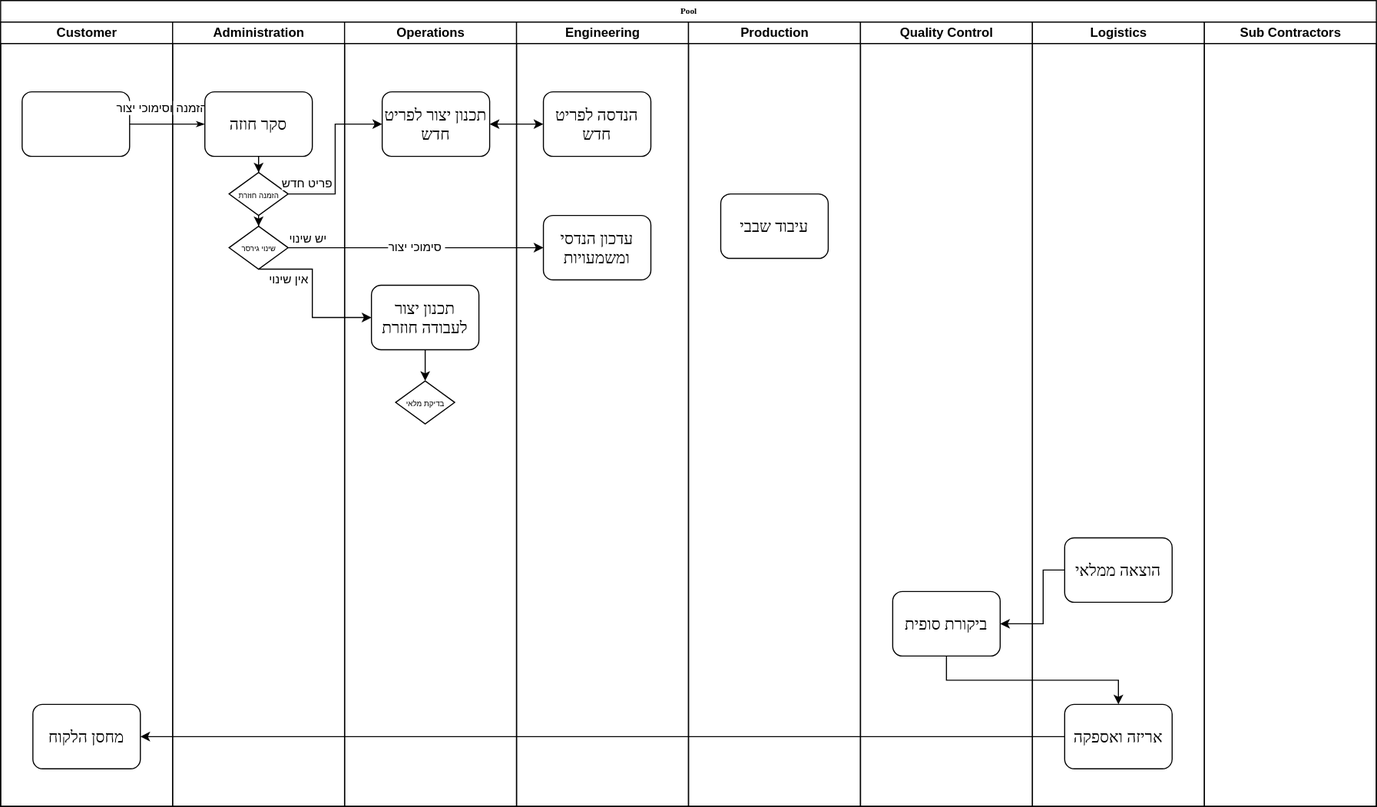
This is Multifunctional.drawio.svg from Yair-N/another-lesson-learned, a draw.io export, as it was before one commit. Source tidied: cells renumbered, new cells last; positions are measured from the earlier drawing's top-left corner, leaving out a move shared by most shapes.
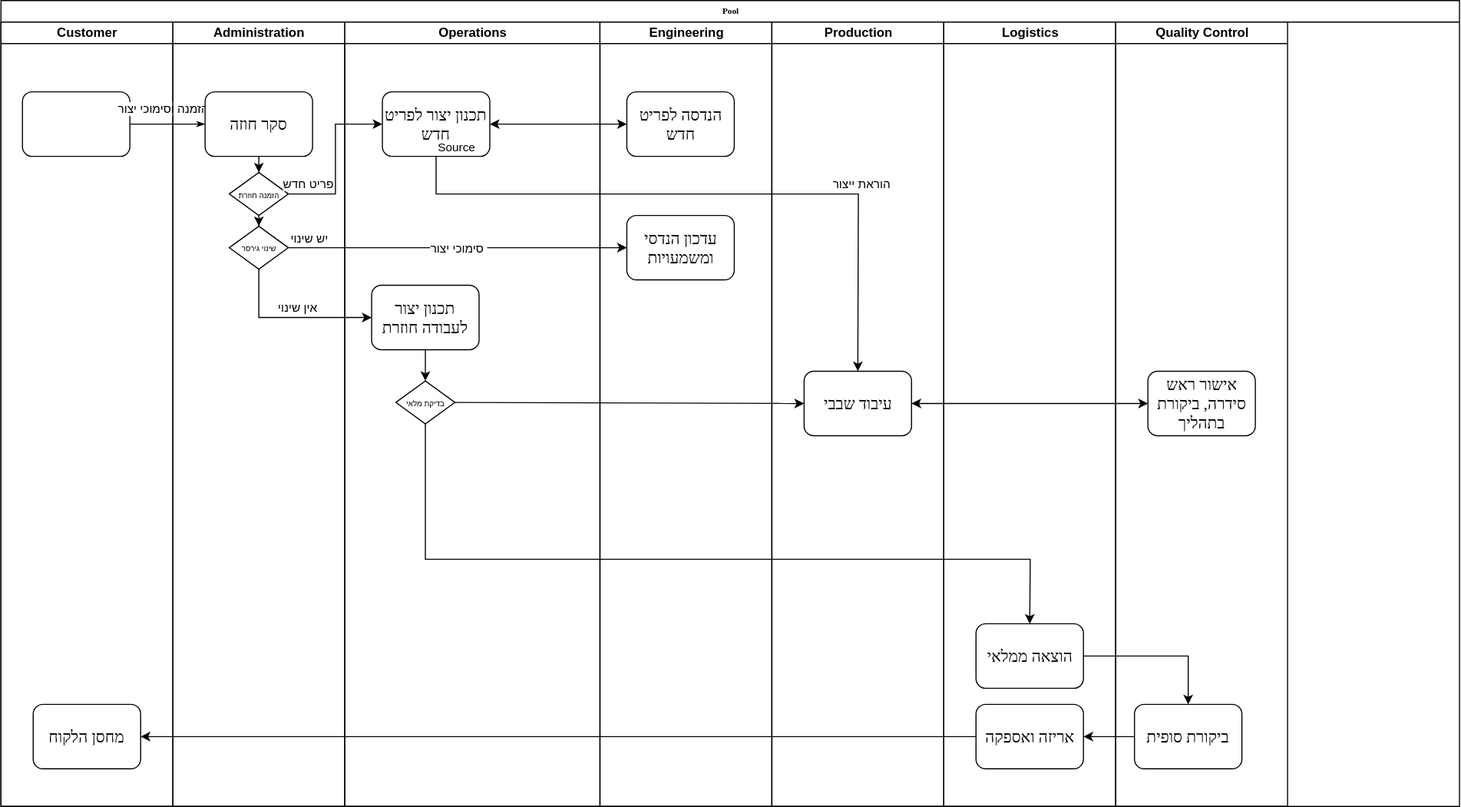
After the change.

The edit, as a diff of the source:
```diff
@@ -3,7 +3,7 @@
     <mxCell id="0" />
     <mxCell id="1" parent="0" />
     <mxCell id="2" value="Pool" style="swimlane;html=1;startSize=20;rounded=0;shadow=0;labelBackgroundColor=none;strokeWidth=1;fontFamily=Verdana;fontSize=8;align=center;" parent="1" vertex="1">
-      <mxGeometry width="1280" height="750" as="geometry" />
+      <mxGeometry width="1357.5" height="750" as="geometry" />
     </mxCell>
     <mxCell id="3" value="Customer" style="swimlane;html=1;startSize=20;" parent="2" vertex="1">
       <mxGeometry y="20" width="160" height="730" as="geometry" />
@@ -41,7 +41,7 @@
       <mxGeometry x="52.5" y="190" width="55" height="40" as="geometry" />
     </mxCell>
     <mxCell id="14" value="Operations" style="swimlane;html=1;startSize=20;" parent="2" vertex="1">
-      <mxGeometry x="320" y="20" width="160" height="730" as="geometry" />
+      <mxGeometry x="320" y="20" width="237.5" height="730" as="geometry" />
     </mxCell>
     <mxCell id="15" value="&lt;span style=&quot;font-size: 15px;&quot;&gt;תכנון יצור לפריט חדש&lt;/span&gt;" style="rounded=1;whiteSpace=wrap;html=1;shadow=0;labelBackgroundColor=none;strokeWidth=1;fontFamily=Verdana;fontSize=8;align=center;" parent="14" vertex="1">
       <mxGeometry x="35" y="65" width="100" height="60" as="geometry" />
@@ -56,7 +56,7 @@
       <mxGeometry relative="1" as="geometry" />
     </mxCell>
     <mxCell id="19" value="Engineering" style="swimlane;html=1;startSize=20;" parent="2" vertex="1">
-      <mxGeometry x="480" y="20" width="160" height="730" as="geometry" />
+      <mxGeometry x="557.5" y="20" width="160" height="730" as="geometry" />
     </mxCell>
     <mxCell id="20" value="&lt;span style=&quot;font-size: 15px;&quot;&gt;הנדסה לפריט חדש&lt;/span&gt;" style="rounded=1;whiteSpace=wrap;html=1;shadow=0;labelBackgroundColor=none;strokeWidth=1;fontFamily=Verdana;fontSize=8;align=center;" parent="19" vertex="1">
       <mxGeometry x="25" y="65" width="100" height="60" as="geometry" />
@@ -65,29 +65,20 @@
       <mxGeometry x="25" y="180" width="100" height="60" as="geometry" />
     </mxCell>
     <mxCell id="22" value="Production" style="swimlane;html=1;startSize=20;" parent="2" vertex="1">
-      <mxGeometry x="640" y="20" width="160" height="730" as="geometry" />
+      <mxGeometry x="717.5" y="20" width="160" height="730" as="geometry" />
     </mxCell>
     <mxCell id="23" value="&lt;span style=&quot;font-size: 15px;&quot;&gt;עיבוד שבבי&lt;/span&gt;" style="rounded=1;whiteSpace=wrap;html=1;shadow=0;labelBackgroundColor=none;strokeWidth=1;fontFamily=Verdana;fontSize=8;align=center;" parent="22" vertex="1">
-      <mxGeometry x="30" y="160" width="100" height="60" as="geometry" />
+      <mxGeometry x="30" y="325" width="100" height="60" as="geometry" />
     </mxCell>
-    <mxCell id="24" value="Quality Control" style="swimlane;html=1;startSize=20;" parent="2" vertex="1">
-      <mxGeometry x="800" y="20" width="160" height="730" as="geometry" />
-    </mxCell>
-    <mxCell id="25" value="&lt;span style=&quot;font-size: 15px;&quot;&gt;ביקורת סופית&lt;/span&gt;" style="rounded=1;whiteSpace=wrap;html=1;shadow=0;labelBackgroundColor=none;strokeWidth=1;fontFamily=Verdana;fontSize=8;align=center;" parent="24" vertex="1">
-      <mxGeometry x="30" y="530" width="100" height="60" as="geometry" />
-    </mxCell>
     <mxCell id="26" value="Logistics" style="swimlane;html=1;startSize=20;" parent="2" vertex="1">
-      <mxGeometry x="960" y="20" width="160" height="730" as="geometry" />
+      <mxGeometry x="877.5" y="20" width="160" height="730" as="geometry" />
     </mxCell>
     <mxCell id="27" value="&lt;span style=&quot;font-size: 15px;&quot;&gt;אריזה ואספקה&lt;/span&gt;" style="rounded=1;whiteSpace=wrap;html=1;shadow=0;labelBackgroundColor=none;strokeWidth=1;fontFamily=Verdana;fontSize=8;align=center;" parent="26" vertex="1">
       <mxGeometry x="30" y="635" width="100" height="60" as="geometry" />
     </mxCell>
     <mxCell id="28" value="&lt;span style=&quot;font-size: 15px;&quot;&gt;הוצאה ממלאי&lt;/span&gt;" style="rounded=1;whiteSpace=wrap;html=1;shadow=0;labelBackgroundColor=none;strokeWidth=1;fontFamily=Verdana;fontSize=8;align=center;" parent="26" vertex="1">
-      <mxGeometry x="30" y="480" width="100" height="60" as="geometry" />
+      <mxGeometry x="30" y="560" width="100" height="60" as="geometry" />
     </mxCell>
-    <mxCell id="29" value="Sub Contractors" style="swimlane;html=1;startSize=20;" parent="2" vertex="1">
-      <mxGeometry x="1120" y="20" width="160" height="730" as="geometry" />
-    </mxCell>
     <mxCell id="30" style="edgeStyle=orthogonalEdgeStyle;rounded=0;jettySize=auto;html=1;entryX=0;entryY=0.5;entryDx=0;entryDy=0;" parent="2" edge="1" source="12" target="15">
       <mxGeometry relative="1" as="geometry" />
     </mxCell>
@@ -99,17 +90,16 @@
     <mxCell id="32" style="edgeStyle=orthogonalEdgeStyle;rounded=0;jettySize=auto;html=1;startArrow=classic;startFill=1;" parent="2" edge="1" source="15" target="20">
       <mxGeometry relative="1" as="geometry" />
     </mxCell>
-    <mxCell id="33" style="edgeStyle=orthogonalEdgeStyle;rounded=0;jettySize=auto;html=1;entryX=0.5;entryY=1;entryDx=0;entryDy=0;endArrow=none;endFill=0;startArrow=classic;startFill=1;exitX=0.5;exitY=0;exitDx=0;exitDy=0;" parent="2" edge="1" source="27" target="25">
+    <mxCell id="33" style="edgeStyle=orthogonalEdgeStyle;rounded=0;jettySize=auto;html=1;entryX=0;entryY=0.5;entryDx=0;entryDy=0;endArrow=none;endFill=0;startArrow=classic;startFill=1;exitX=1;exitY=0.5;exitDx=0;exitDy=0;" parent="2" edge="1" source="27" target="25">
       <mxGeometry relative="1" as="geometry" />
     </mxCell>
     <mxCell id="34" style="edgeStyle=orthogonalEdgeStyle;rounded=0;jettySize=auto;html=1;" parent="2" edge="1" source="27" target="5">
       <mxGeometry relative="1" as="geometry" />
     </mxCell>
-    <mxCell id="35" style="edgeStyle=orthogonalEdgeStyle;rounded=0;jettySize=auto;html=1;" parent="2" edge="1" source="28" target="25">
+    <mxCell id="35" style="edgeStyle=orthogonalEdgeStyle;rounded=0;jettySize=auto;html=1;exitX=1;exitY=0.5;exitDx=0;exitDy=0;entryX=0.5;entryY=0;entryDx=0;entryDy=0;" parent="2" edge="1" source="28" target="25">
       <mxGeometry relative="1" as="geometry">
         <Array as="points">
-          <mxPoint x="970" y="530" />
-          <mxPoint x="970" y="580" />
+          <mxPoint x="1105" y="610" />
         </Array>
       </mxGeometry>
     </mxCell>
@@ -125,15 +115,54 @@
     <mxCell id="39" style="endArrow=classic;html=1;rounded=0;exitX=0.5;exitY=1;exitDx=0;exitDy=0;entryX=0;entryY=0.5;entryDx=0;entryDy=0;" parent="2" edge="1" source="13" target="16">
       <mxGeometry relative="1" as="geometry">
         <Array as="points">
-          <mxPoint x="290" y="250" />
+          <mxPoint x="240" y="295" />
           <mxPoint x="290" y="295" />
         </Array>
       </mxGeometry>
     </mxCell>
     <mxCell id="40" value="אין שינוי" style="edgeLabel;html=1;align=center;verticalAlign=middle;" parent="39" vertex="1">
       <mxGeometry x="-0.51" relative="1" as="geometry">
-        <mxPoint x="-9" y="10" as="offset" />
+        <mxPoint x="35" y="-2" as="offset" />
       </mxGeometry>
     </mxCell>
+    <mxCell id="41" style="endArrow=classic;html=1;rounded=0;exitX=0.5;exitY=1;exitDx=0;exitDy=0;entryX=0.5;entryY=0;entryDx=0;entryDy=0;" parent="2" edge="1" source="15" target="23">
+      <mxGeometry relative="1" as="geometry">
+        <Array as="points">
+          <mxPoint x="405" y="180" />
+          <mxPoint x="798" y="180" />
+        </Array>
+      </mxGeometry>
+    </mxCell>
+    <mxCell id="42" value="הוראת ייצור" style="edgeLabel;html=1;align=center;verticalAlign=middle;" parent="41" vertex="1">
+      <mxGeometry relative="1" as="geometry">
+        <mxPoint x="133" y="-10" as="offset" />
+      </mxGeometry>
+    </mxCell>
+    <mxCell id="43" value="Source" style="edgeLabel;html=1;align=left;verticalAlign=bottom;" parent="41" vertex="1">
+      <mxGeometry x="-1" relative="1" as="geometry" />
+    </mxCell>
+    <mxCell id="44" style="edgeStyle=orthogonalEdgeStyle;rounded=0;jettySize=auto;html=1;startArrow=classic;startFill=1;" parent="2" edge="1" source="46" target="23">
+      <mxGeometry relative="1" as="geometry" />
+    </mxCell>
+    <mxCell id="45" style="endArrow=classic;html=1;rounded=0;entryX=0;entryY=0.5;entryDx=0;entryDy=0;exitX=1;exitY=0.5;exitDx=0;exitDy=0;" parent="2" edge="1" source="17" target="23">
+      <mxGeometry relative="1" as="geometry" />
+    </mxCell>
+    <mxCell id="24" value="Quality Control" style="swimlane;html=1;startSize=20;" parent="2" vertex="1">
+      <mxGeometry x="1037.5" y="20" width="160" height="730" as="geometry" />
+    </mxCell>
+    <mxCell id="25" value="&lt;span style=&quot;font-size: 15px;&quot;&gt;ביקורת סופית&lt;/span&gt;" style="rounded=1;whiteSpace=wrap;html=1;shadow=0;labelBackgroundColor=none;strokeWidth=1;fontFamily=Verdana;fontSize=8;align=center;" parent="24" vertex="1">
+      <mxGeometry x="17.5" y="635" width="100" height="60" as="geometry" />
+    </mxCell>
+    <mxCell id="46" value="&lt;span style=&quot;font-size: 15px;&quot;&gt;אישור ראש סידרה, ביקורת בתהליך&lt;/span&gt;" style="rounded=1;whiteSpace=wrap;html=1;shadow=0;labelBackgroundColor=none;strokeWidth=1;fontFamily=Verdana;fontSize=8;align=center;" parent="24" vertex="1">
+      <mxGeometry x="30" y="325" width="100" height="60" as="geometry" />
+    </mxCell>
+    <mxCell id="47" style="endArrow=classic;html=1;rounded=0;exitX=0.5;exitY=1;exitDx=0;exitDy=0;entryX=0.5;entryY=0;entryDx=0;entryDy=0;" parent="2" edge="1" source="17" target="28">
+      <mxGeometry relative="1" as="geometry">
+        <Array as="points">
+          <mxPoint x="395" y="520" />
+          <mxPoint x="958" y="520" />
+        </Array>
+      </mxGeometry>
+    </mxCell>
   </root>
 </mxGraphModel>
```
